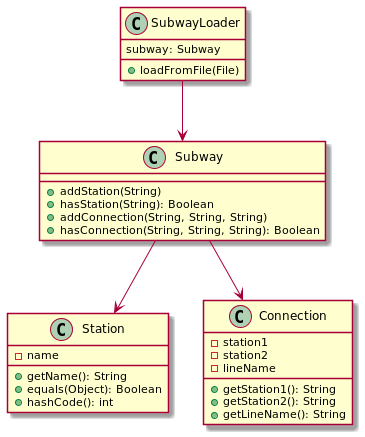
Earlier version of the PlantUML export class_diagram.png (vscarmena/objectville-route-finder).
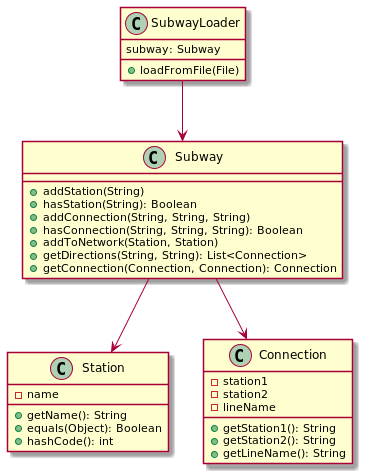
The same diagram one commit later.

Commit message:
updated uml from diagram class

What changed in the source:
```diff
@@ -10,6 +10,9 @@
     + hasStation(String): Boolean
     + addConnection(String, String, String)
     + hasConnection(String, String, String): Boolean
+    + addToNetwork(Station, Station)
+    + getDirections(String, String): List<Connection>
+    + getConnection(Connection, Connection): Connection
 }
 
 class Station {
```
